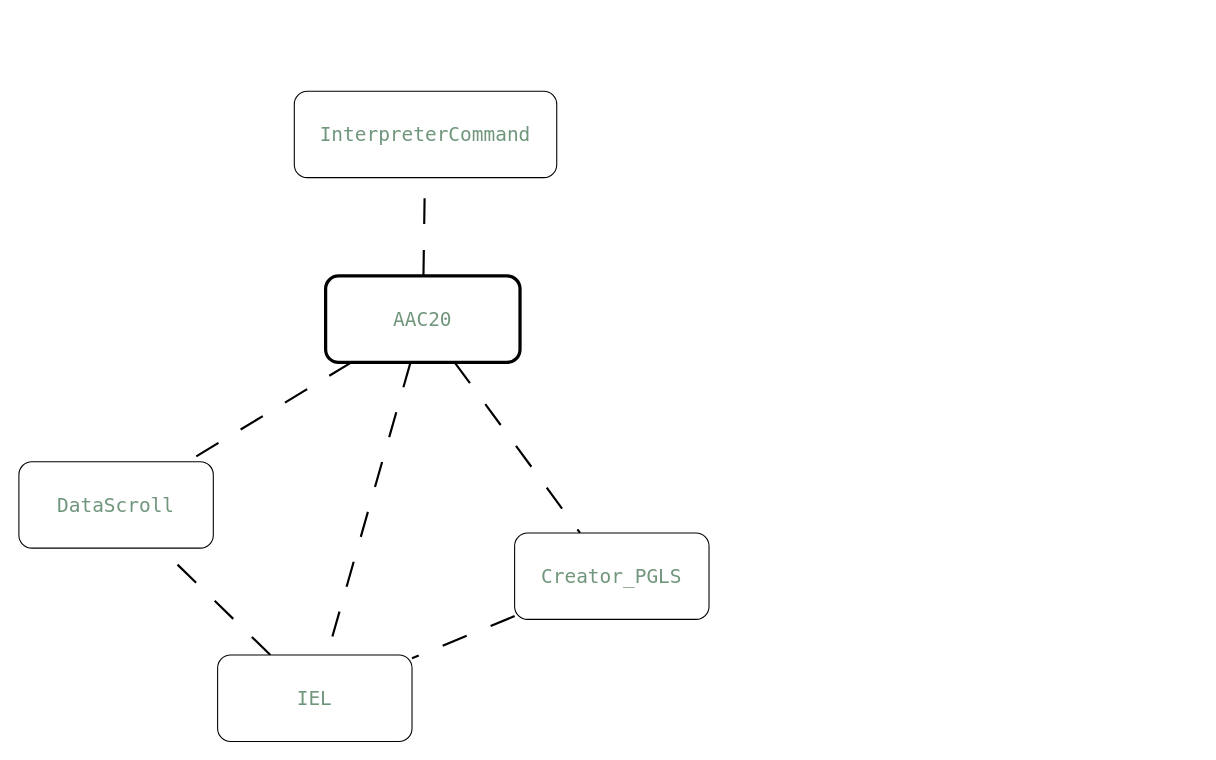
Lisyaka46/OperPageLes keeps this draw.io diagram as page "Иерархия ссылок" (3 of 4) of OperPage_les.drawio. Above is the earlier version. Source tidied: cells renumbered, new cells numbered last; positions are measured from the earlier drawing's top-left corner, leaving out a move shared by most shapes. Both pictures are drawn from the tidied source at 108%, with x=0, y=0 at pixel (18, 91).
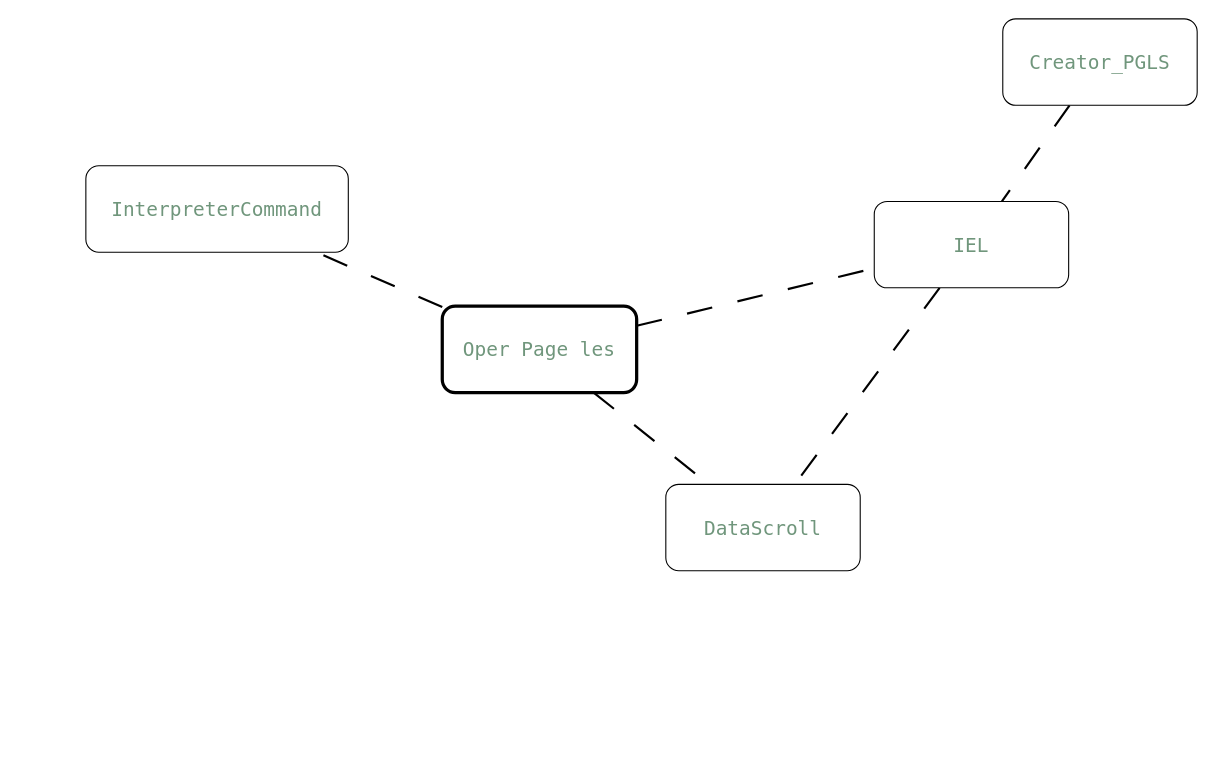
The same page after the edit.

Commit message (it also covers changes not shown here):
Изменение диаграммы

The edit, as a diff of the source:
```diff
@@
 <mxGraphModel>
   <root>
     <mxCell id="0" />
     <mxCell id="1" parent="0" />
     <mxCell id="2" value="InterpreterCommand" style="rounded=1;whiteSpace=wrap;fontSize=18;fontColor=#70967C;fontFamily=Lucida Console;" parent="1" vertex="1">
-      <mxGeometry x="255" width="243" height="80" as="geometry" />
+      <mxGeometry x="62" y="69" width="243" height="80" as="geometry" />
     </mxCell>
     <mxCell id="3" style="rounded=1;jettySize=auto;html=1;dashed=1;dashPattern=12 12;strokeWidth=2;endArrow=none;endFill=0;flowAnimation=1;" parent="1" edge="1" source="9" target="2">
       <mxGeometry relative="1" as="geometry" />
     </mxCell>
     <mxCell id="4" style="rounded=1;jettySize=auto;html=1;strokeWidth=2;endArrow=none;endFill=0;dashed=1;dashPattern=12 12;flowAnimation=1;" parent="1" edge="1" source="9" target="6">
       <mxGeometry relative="1" as="geometry" />
     </mxCell>
     <mxCell id="5" style="edgeStyle=none;shape=connector;rounded=1;jettySize=auto;html=1;dashed=1;dashPattern=12 12;strokeColor=default;strokeWidth=2;align=center;verticalAlign=middle;fontFamily=Lucida Console;fontSize=18;fontColor=#70967C;labelBackgroundColor=default;endArrow=none;endFill=0;flowAnimation=1;" parent="1" edge="1" source="6" target="10">
       <mxGeometry relative="1" as="geometry" />
     </mxCell>
     <mxCell id="6" value="IEL" style="rounded=1;whiteSpace=wrap;fontSize=18;fontColor=#70967C;fontFamily=Lucida Console;" parent="1" vertex="1">
-      <mxGeometry x="184" y="522" width="180" height="80" as="geometry" />
+      <mxGeometry x="792" y="102" width="180" height="80" as="geometry" />
     </mxCell>
     <mxCell id="7" style="edgeStyle=none;shape=connector;rounded=1;jettySize=auto;html=1;dashed=1;dashPattern=12 12;strokeColor=default;strokeWidth=2;align=center;verticalAlign=middle;fontFamily=Lucida Console;fontSize=18;fontColor=#70967C;labelBackgroundColor=default;endArrow=none;endFill=0;flowAnimation=1;" parent="1" edge="1" source="9" target="10">
       <mxGeometry relative="1" as="geometry" />
     </mxCell>
-    <mxCell id="8" style="edgeStyle=none;shape=connector;rounded=1;jettySize=auto;html=1;dashed=1;dashPattern=12 12;strokeColor=default;strokeWidth=2;align=center;verticalAlign=middle;fontFamily=Helvetica;fontSize=11;fontColor=default;labelBackgroundColor=default;endArrow=none;endFill=0;flowAnimation=1;" parent="1" edge="1" source="9" target="12">
-      <mxGeometry relative="1" as="geometry" />
-    </mxCell>
-    <mxCell id="9" value="AAC20" style="rounded=1;whiteSpace=wrap;fontSize=18;fontColor=#70967C;fontFamily=Lucida Console;strokeWidth=3;" parent="1" vertex="1">
-      <mxGeometry x="284" y="171" width="180" height="80" as="geometry" />
+    <mxCell id="9" value="Oper Page les" style="rounded=1;whiteSpace=wrap;fontSize=18;fontColor=#70967C;fontFamily=Lucida Console;strokeWidth=3;" parent="1" vertex="1">
+      <mxGeometry x="392" y="199" width="180" height="80" as="geometry" />
     </mxCell>
     <mxCell id="10" value="DataScroll" style="rounded=1;whiteSpace=wrap;fontSize=18;fontColor=#70967C;fontFamily=Lucida Console;" parent="1" vertex="1">
-      <mxGeometry y="343" width="180" height="80" as="geometry" />
+      <mxGeometry x="599" y="364" width="180" height="80" as="geometry" />
     </mxCell>
     <mxCell id="11" style="edgeStyle=none;shape=connector;rounded=1;jettySize=auto;html=1;dashed=1;dashPattern=12 12;strokeColor=default;strokeWidth=2;align=center;verticalAlign=middle;fontFamily=Helvetica;fontSize=11;fontColor=default;labelBackgroundColor=default;endArrow=none;endFill=0;flowAnimation=1;" parent="1" edge="1" source="12" target="6">
       <mxGeometry relative="1" as="geometry" />
     </mxCell>
     <mxCell id="12" value="Creator_PGLS" style="rounded=1;whiteSpace=wrap;fontSize=18;fontColor=#70967C;fontFamily=Lucida Console;" parent="1" vertex="1">
-      <mxGeometry x="459" y="409" width="180" height="80" as="geometry" />
+      <mxGeometry x="911" y="-67" width="180" height="80" as="geometry" />
     </mxCell>
   </root>
 </mxGraphModel>
```
